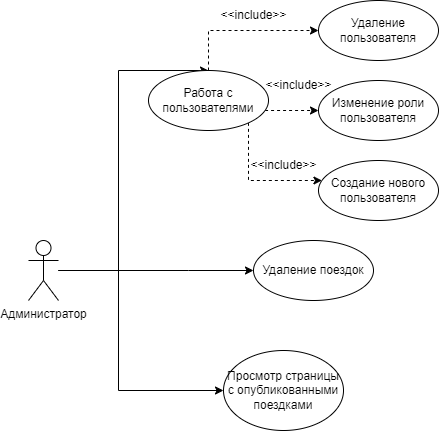
Earlier version of the draw.io export documentation/диаграммы/use case со стороны администратора.png (egoistique/TravelWithFriends). Source tidied: cells renumbered, new cells last; positions are measured from the earlier drawing's top-left corner, leaving out a move shared by most shapes.
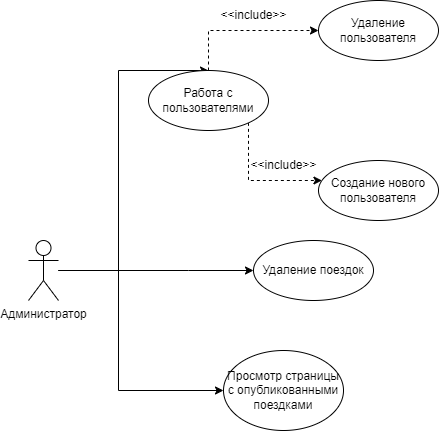
After the commit.

Diff of the diagram source:
```diff
@@ -26,14 +26,6 @@
         </Array>
       </mxGeometry>
     </mxCell>
-    <mxCell id="7" style="edgeStyle=orthogonalEdgeStyle;rounded=0;jettySize=auto;html=1;dashed=1;" parent="1" edge="1" source="9" target="13">
-      <mxGeometry relative="1" as="geometry">
-        <Array as="points">
-          <mxPoint x="260" y="110" />
-          <mxPoint x="260" y="110" />
-        </Array>
-      </mxGeometry>
-    </mxCell>
     <mxCell id="8" style="edgeStyle=orthogonalEdgeStyle;rounded=0;jettySize=auto;html=1;dashed=1;" parent="1" edge="1" source="9" target="12">
       <mxGeometry relative="1" as="geometry">
         <Array as="points">
@@ -62,18 +54,12 @@
     <mxCell id="12" value="Создание нового пользователя" style="ellipse;whiteSpace=wrap;html=1;" parent="1" vertex="1">
       <mxGeometry x="290" y="160" width="120" height="60" as="geometry" />
     </mxCell>
-    <mxCell id="13" value="Изменение роли пользователя" style="ellipse;whiteSpace=wrap;html=1;" parent="1" vertex="1">
-      <mxGeometry x="290" y="80" width="120" height="60" as="geometry" />
-    </mxCell>
     <mxCell id="14" value="Удаление пользователя" style="ellipse;whiteSpace=wrap;html=1;" parent="1" vertex="1">
       <mxGeometry x="290" width="120" height="60" as="geometry" />
     </mxCell>
     <mxCell id="15" value="&amp;lt;&amp;lt;include&amp;gt;&amp;gt;" style="text;html=1;align=center;verticalAlign=middle;strokeColor=none;fillColor=none;" parent="1" vertex="1">
       <mxGeometry x="210" y="150" width="90" height="30" as="geometry" />
     </mxCell>
-    <mxCell id="16" value="&amp;lt;&amp;lt;include&amp;gt;&amp;gt;" style="text;html=1;align=center;verticalAlign=middle;strokeColor=none;fillColor=none;" parent="1" vertex="1">
-      <mxGeometry x="225" y="70" width="90" height="30" as="geometry" />
-    </mxCell>
     <mxCell id="17" value="&amp;lt;&amp;lt;include&amp;gt;&amp;gt;" style="text;html=1;align=center;verticalAlign=middle;strokeColor=none;fillColor=none;" parent="1" vertex="1">
       <mxGeometry x="180" width="90" height="30" as="geometry" />
     </mxCell>
```
